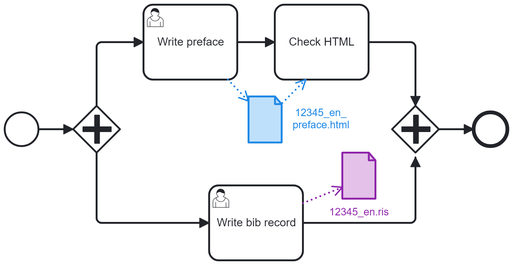
japotrad/blue-sora keeps this BPMN diagram as 3-AddInfo.png. Above is the earlier version. Its source is kept beside it as 3-AddInfo.bpmn. Ids are renumbered.
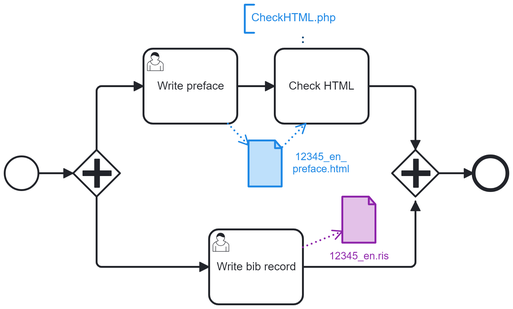
After the change.

Change to the diagram source:
```diff
@@ -1,4 +1,4 @@
-<bpmn:definitions xmlns:bpmn="http://www.omg.org/spec/BPMN/20100524/MODEL" xmlns:bpmndi="http://www.omg.org/spec/BPMN/20100524/DI" xmlns:dc="http://www.omg.org/spec/DD/20100524/DC" xmlns:bioc="http://bpmn.io/schema/bpmn/biocolor/1.0" xmlns:color="http://www.omg.org/spec/BPMN/non-normative/color/1.0" xmlns:di="http://www.omg.org/spec/DD/20100524/DI" xmlns:modeler="http://camunda.org/schema/modeler/1.0" id="Definitions_n1" targetNamespace="http://bpmn.io/schema/bpmn" exporter="Camunda Modeler" exporterVersion="5.29.0" modeler:executionPlatform="Camunda Cloud" modeler:executionPlatformVersion="8.2.0">
+<bpmn:definitions xmlns:bpmn="http://www.omg.org/spec/BPMN/20100524/MODEL" xmlns:bpmndi="http://www.omg.org/spec/BPMN/20100524/DI" xmlns:dc="http://www.omg.org/spec/DD/20100524/DC" xmlns:bioc="http://bpmn.io/schema/bpmn/biocolor/1.0" xmlns:color="http://www.omg.org/spec/BPMN/non-normative/color/1.0" xmlns:di="http://www.omg.org/spec/DD/20100524/DI" xmlns:zeebe="http://camunda.org/schema/zeebe/1.0" xmlns:modeler="http://camunda.org/schema/modeler/1.0" id="Definitions_n1" targetNamespace="http://bpmn.io/schema/bpmn" exporter="Camunda Modeler" exporterVersion="5.34.0" modeler:executionPlatform="Camunda Cloud" modeler:executionPlatformVersion="8.2.0">
   <bpmn:process id="buildDbk" name="buildDbk" isExecutable="true">
     <bpmn:dataObjectReference id="DataObjectReference_n2" name="12345_en_&#10;preface.html" dataObjectRef="DataObject_n3" />
     <bpmn:dataObjectReference id="DataObjectReference_n4" name="12345_en.ris" dataObjectRef="DataObject_n5" />
@@ -38,6 +38,9 @@
       <bpmn:outgoing>Flow_n15</bpmn:outgoing>
     </bpmn:startEvent>
     <bpmn:userTask id="Activity_n18" name="Write bib record">
+      <bpmn:extensionElements>
+        <zeebe:formDefinition formKey="write-bib-record" />
+      </bpmn:extensionElements>
       <bpmn:incoming>Flow_n19</bpmn:incoming>
       <bpmn:outgoing>Flow_n17</bpmn:outgoing>
       <bpmn:dataOutputAssociation id="DataOutputAssociation_n21">
@@ -45,95 +48,110 @@
       </bpmn:dataOutputAssociation>
     </bpmn:userTask>
     <bpmn:userTask id="Activity_n14" name="Write preface">
+      <bpmn:extensionElements>
+        <zeebe:formDefinition formKey="write-preface" />
+      </bpmn:extensionElements>
       <bpmn:incoming>Flow_n20</bpmn:incoming>
       <bpmn:outgoing>Flow_n7</bpmn:outgoing>
       <bpmn:dataOutputAssociation id="DataOutputAssociation_n22">
         <bpmn:targetRef>DataObjectReference_n2</bpmn:targetRef>
       </bpmn:dataOutputAssociation>
     </bpmn:userTask>
+    <bpmn:textAnnotation id="TextAnnotation_n23">
+      <bpmn:text>CheckHTML.php</bpmn:text>
+    </bpmn:textAnnotation>
+    <bpmn:association id="Association_n24" associationDirection="None" sourceRef="Activity_n6" targetRef="TextAnnotation_n23" />
   </bpmn:process>
   <bpmndi:BPMNDiagram id="BPMNDiagram_1">
     <bpmndi:BPMNPlane id="BPMNPlane_1" bpmnElement="buildDbk">
+      <bpmndi:BPMNShape id="DataObjectReference_n2_di" bpmnElement="DataObjectReference_n2" bioc:stroke="#1e88e5" bioc:fill="#bbdefb" color:background-color="#bbdefb" color:border-color="#1e88e5">
+        <dc:Bounds x="442" y="225" width="36" height="50" />
+        <bpmndi:BPMNLabel color:color="#1e88e5">
+          <dc:Bounds x="489" y="236" width="62" height="27" />
+        </bpmndi:BPMNLabel>
+      </bpmndi:BPMNShape>
+      <bpmndi:BPMNShape id="DataObjectReference_n4_di" bpmnElement="DataObjectReference_n4" bioc:stroke="#8e24aa" bioc:fill="#e1bee7" color:background-color="#e1bee7" color:border-color="#8e24aa">
+        <dc:Bounds x="542" y="285" width="36" height="50" />
+        <bpmndi:BPMNLabel color:color="#8e24aa">
+          <dc:Bounds x="528" y="342" width="65" height="14" />
+        </bpmndi:BPMNLabel>
+      </bpmndi:BPMNShape>
+      <bpmndi:BPMNShape id="Activity_n6_di" bpmnElement="Activity_n6">
+        <dc:Bounds x="470" y="127" width="100" height="80" />
+        <bpmndi:BPMNLabel />
+      </bpmndi:BPMNShape>
       <bpmndi:BPMNShape id="Event_n11_di" bpmnElement="Event_n11">
-        <dc:Bounds x="682" y="192" width="36" height="36" />
+        <dc:Bounds x="682" y="242" width="36" height="36" />
       </bpmndi:BPMNShape>
       <bpmndi:BPMNShape id="Gateway_n13_di" bpmnElement="Gateway_n13">
-        <dc:Bounds x="595" y="185" width="50" height="50" />
+        <dc:Bounds x="595" y="235" width="50" height="50" />
       </bpmndi:BPMNShape>
       <bpmndi:BPMNShape id="Gateway_n16_di" bpmnElement="Gateway_n16">
-        <dc:Bounds x="255" y="185" width="50" height="50" />
+        <dc:Bounds x="255" y="235" width="50" height="50" />
+      </bpmndi:BPMNShape>
+      <bpmndi:BPMNShape id="_BPMNShape_StartEvent_2" bpmnElement="StartEvent_1">
+        <dc:Bounds x="182" y="242" width="36" height="36" />
+      </bpmndi:BPMNShape>
+      <bpmndi:BPMNShape id="Activity_n18_di" bpmnElement="Activity_n18">
+        <dc:Bounds x="400" y="320" width="100" height="80" />
+        <bpmndi:BPMNLabel />
       </bpmndi:BPMNShape>
       <bpmndi:BPMNShape id="Activity_n14_di" bpmnElement="Activity_n14">
-        <dc:Bounds x="330" y="77" width="100" height="80" />
+        <dc:Bounds x="330" y="127" width="100" height="80" />
         <bpmndi:BPMNLabel />
       </bpmndi:BPMNShape>
-      <bpmndi:BPMNShape id="Activity_n6_di" bpmnElement="Activity_n6">
-        <dc:Bounds x="470" y="77" width="100" height="80" />
+      <bpmndi:BPMNEdge id="Association_n24_di" bpmnElement="Association_n24" bioc:stroke="#0d4372" color:border-color="#0d4372">
+        <di:waypoint x="500" y="120" />
+        <di:waypoint x="500" y="110" />
+      </bpmndi:BPMNEdge>
+      <bpmndi:BPMNEdge id="DataInputAssociation_n10_di" bpmnElement="DataInputAssociation_n10" bioc:stroke="#1e88e5" color:border-color="#1e88e5">
+        <di:waypoint x="478" y="232" />
+        <di:waypoint x="503" y="207" />
+      </bpmndi:BPMNEdge>
+      <bpmndi:BPMNEdge id="Flow_n8_di" bpmnElement="Flow_n8">
+        <di:waypoint x="570" y="167" />
+        <di:waypoint x="620" y="167" />
+        <di:waypoint x="620" y="235" />
+      </bpmndi:BPMNEdge>
+      <bpmndi:BPMNEdge id="Flow_n7_di" bpmnElement="Flow_n7">
+        <di:waypoint x="430" y="167" />
+        <di:waypoint x="470" y="167" />
+      </bpmndi:BPMNEdge>
+      <bpmndi:BPMNEdge id="Flow_n12_di" bpmnElement="Flow_n12">
+        <di:waypoint x="645" y="260" />
+        <di:waypoint x="682" y="260" />
+      </bpmndi:BPMNEdge>
+      <bpmndi:BPMNEdge id="Flow_n15_di" bpmnElement="Flow_n15">
+        <di:waypoint x="218" y="260" />
+        <di:waypoint x="255" y="260" />
+      </bpmndi:BPMNEdge>
+      <bpmndi:BPMNEdge id="Flow_n17_di" bpmnElement="Flow_n17">
+        <di:waypoint x="500" y="360" />
+        <di:waypoint x="620" y="360" />
+        <di:waypoint x="620" y="290" />
+      </bpmndi:BPMNEdge>
+      <bpmndi:BPMNEdge id="Flow_n19_di" bpmnElement="Flow_n19">
+        <di:waypoint x="280" y="285" />
+        <di:waypoint x="280" y="360" />
+        <di:waypoint x="400" y="360" />
+      </bpmndi:BPMNEdge>
+      <bpmndi:BPMNEdge id="Flow_n20_di" bpmnElement="Flow_n20">
+        <di:waypoint x="280" y="235" />
+        <di:waypoint x="280" y="167" />
+        <di:waypoint x="330" y="167" />
+      </bpmndi:BPMNEdge>
+      <bpmndi:BPMNEdge id="DataOutputAssociation_n21_di" bpmnElement="DataOutputAssociation_n21" bioc:stroke="#8e24aa" color:border-color="#8e24aa">
+        <di:waypoint x="500" y="339" />
+        <di:waypoint x="542" y="322" />
+      </bpmndi:BPMNEdge>
+      <bpmndi:BPMNEdge id="DataOutputAssociation_n22_di" bpmnElement="DataOutputAssociation_n22" bioc:stroke="#1e88e5" color:border-color="#1e88e5">
+        <di:waypoint x="420" y="207" />
+        <di:waypoint x="442" y="230" />
+      </bpmndi:BPMNEdge>
+      <bpmndi:BPMNShape id="TextAnnotation_n23_di" bpmnElement="TextAnnotation_n23" bioc:stroke="#1e88e5" bioc:fill="#bbdefb" color:background-color="#bbdefb" color:border-color="#1e88e5">
+        <dc:Bounds x="438" y="80" width="123" height="30" />
         <bpmndi:BPMNLabel />
       </bpmndi:BPMNShape>
-      <bpmndi:BPMNShape id="DataObjectReference_n2_di" bpmnElement="DataObjectReference_n2" bioc:stroke="#1e88e5" bioc:fill="#bbdefb" color:background-color="#bbdefb" color:border-color="#1e88e5">
-        <dc:Bounds x="442" y="175" width="36" height="50" />
-        <bpmndi:BPMNLabel color:color="#1e88e5">
-          <dc:Bounds x="489" y="186" width="61" height="27" />
-        </bpmndi:BPMNLabel>
-      </bpmndi:BPMNShape>
-      <bpmndi:BPMNShape id="Activity_n18_di" bpmnElement="Activity_n18">
-        <dc:Bounds x="400" y="270" width="100" height="80" />
-        <bpmndi:BPMNLabel />
-      </bpmndi:BPMNShape>
-      <bpmndi:BPMNShape id="DataObjectReference_n4_di" bpmnElement="DataObjectReference_n4" bioc:stroke="#8e24aa" bioc:fill="#e1bee7" color:background-color="#e1bee7" color:border-color="#8e24aa">
-        <dc:Bounds x="542" y="235" width="36" height="50" />
-        <bpmndi:BPMNLabel color:color="#8e24aa">
-          <dc:Bounds x="528" y="292" width="65" height="14" />
-        </bpmndi:BPMNLabel>
-      </bpmndi:BPMNShape>
-      <bpmndi:BPMNShape id="_BPMNShape_StartEvent_2" bpmnElement="StartEvent_1">
-        <dc:Bounds x="182" y="192" width="36" height="36" />
-      </bpmndi:BPMNShape>
-      <bpmndi:BPMNEdge id="DataInputAssociation_n10_di" bpmnElement="DataInputAssociation_n10" bioc:stroke="#1e88e5" color:border-color="#1e88e5">
-        <di:waypoint x="478" y="182" />
-        <di:waypoint x="503" y="157" />
-      </bpmndi:BPMNEdge>
-      <bpmndi:BPMNEdge id="Flow_n8_di" bpmnElement="Flow_n8">
-        <di:waypoint x="570" y="117" />
-        <di:waypoint x="620" y="117" />
-        <di:waypoint x="620" y="185" />
-      </bpmndi:BPMNEdge>
-      <bpmndi:BPMNEdge id="Flow_n15_di" bpmnElement="Flow_n15">
-        <di:waypoint x="218" y="210" />
-        <di:waypoint x="255" y="210" />
-      </bpmndi:BPMNEdge>
-      <bpmndi:BPMNEdge id="Flow_n19_di" bpmnElement="Flow_n19">
-        <di:waypoint x="280" y="235" />
-        <di:waypoint x="280" y="310" />
-        <di:waypoint x="400" y="310" />
-      </bpmndi:BPMNEdge>
-      <bpmndi:BPMNEdge id="Flow_n20_di" bpmnElement="Flow_n20">
-        <di:waypoint x="280" y="185" />
-        <di:waypoint x="280" y="117" />
-        <di:waypoint x="330" y="117" />
-      </bpmndi:BPMNEdge>
-      <bpmndi:BPMNEdge id="Flow_n7_di" bpmnElement="Flow_n7">
-        <di:waypoint x="430" y="117" />
-        <di:waypoint x="470" y="117" />
-      </bpmndi:BPMNEdge>
-      <bpmndi:BPMNEdge id="Flow_n17_di" bpmnElement="Flow_n17">
-        <di:waypoint x="500" y="310" />
-        <di:waypoint x="620" y="310" />
-        <di:waypoint x="620" y="240" />
-      </bpmndi:BPMNEdge>
-      <bpmndi:BPMNEdge id="Flow_n12_di" bpmnElement="Flow_n12">
-        <di:waypoint x="645" y="210" />
-        <di:waypoint x="682" y="210" />
-      </bpmndi:BPMNEdge>
-      <bpmndi:BPMNEdge id="DataOutputAssociation_n21_di" bpmnElement="DataOutputAssociation_n21" bioc:stroke="#8e24aa" color:border-color="#8e24aa">
-        <di:waypoint x="500" y="289" />
-        <di:waypoint x="542" y="272" />
-      </bpmndi:BPMNEdge>
-      <bpmndi:BPMNEdge id="DataOutputAssociation_n22_di" bpmnElement="DataOutputAssociation_n22" bioc:stroke="#1e88e5" color:border-color="#1e88e5">
-        <di:waypoint x="420" y="157" />
-        <di:waypoint x="442" y="180" />
-      </bpmndi:BPMNEdge>
     </bpmndi:BPMNPlane>
   </bpmndi:BPMNDiagram>
 </bpmn:definitions>
```
